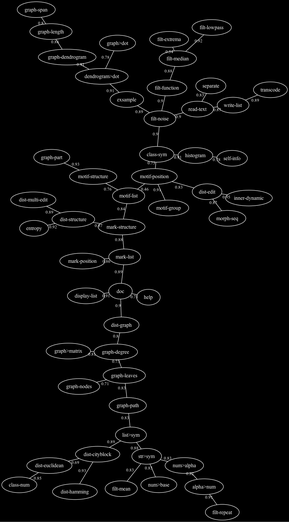
FredVoisin/refrains keeps this Graphviz diagram as doc/pictures/refrains-docstrings.png. Above is the earlier version. Its source is kept beside it as doc/pictures/refrains-docstrings.dot.
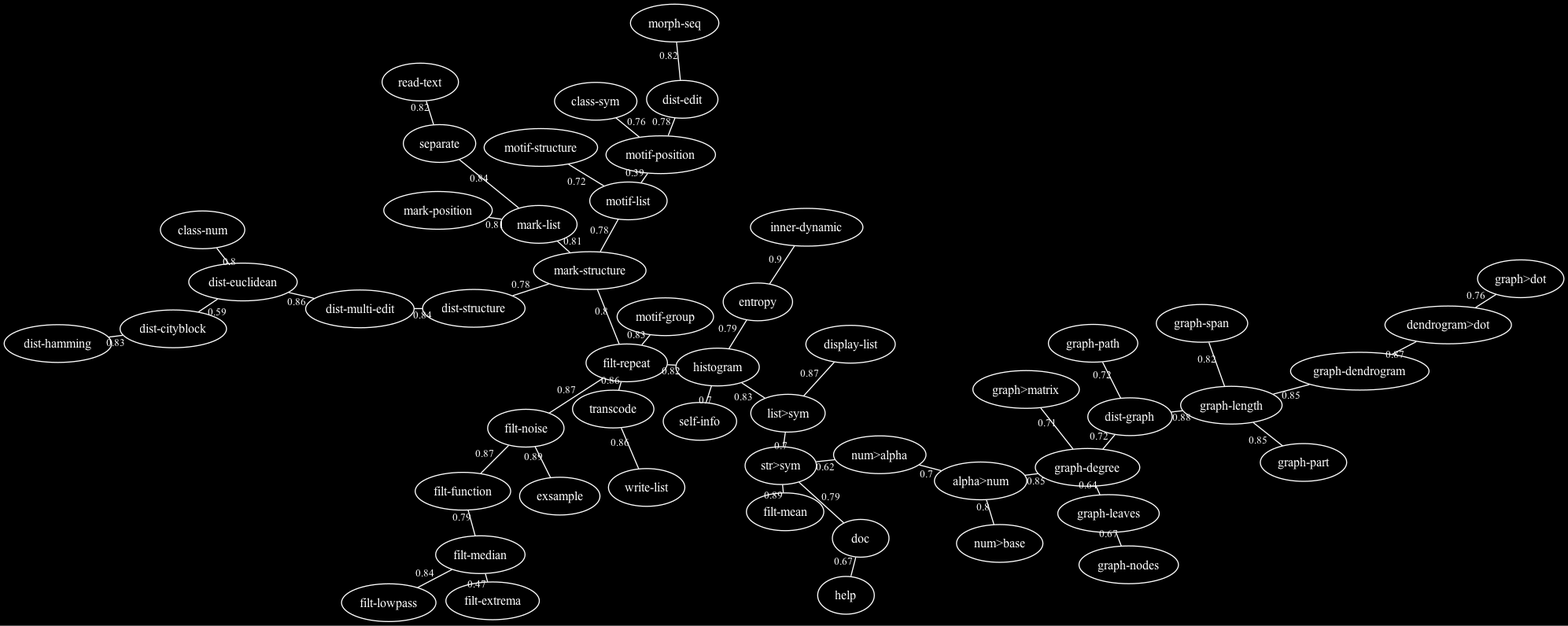
After the change.

Change to the diagram source:
```diff
@@ -1,58 +1,58 @@
 graph "refrains-docstrings" {
-/* generated with refrains:graph>dot, 24 Oct 2026 21:35:37 */
+/* generated with refrains:graph>dot, 24 Oct 2026 22:28:16 */
  graph [overlap="false", sep="+4"];
  graph [bgcolor=black];
  node [shape="ellipse", font=Helvetica, fontsize=12, color=white, fontcolor=white];
  edge [font=Helvetica,fontsize=10, color=white, fontcolor=white, labelfloat=true];
- "motif-list" -- "motif-position" [w=1, len=0.460000, label="0.46"];
- "filt-extrema" -- "filt-median" [w=1, len=0.540000, label="0.54"];
- "dist-cityblock" -- "dist-euclidean" [w=1, len=0.690000, label="0.69"];
- "doc" -- "help" [w=1, len=0.710000, label="0.71"];
- "graph-leaves" -- "graph-nodes" [w=1, len=0.710000, label="0.71"];
- "class-sym" -- "motif-position" [w=1, len=0.730000, label="0.73"];
- "graph-degree" -- "graph-leaves" [w=1, len=0.730000, label="0.73"];
- "motif-list" -- "motif-structure" [w=1, len=0.760000, label="0.76"];
- "dendrogram>dot" -- "graph>dot" [w=1, len=0.780000, label="0.78"];
- "histogram" -- "self-info" [w=1, len=0.780000, label="0.78"];
- "dist-graph" -- "graph-degree" [w=1, len=0.800000, label="0.8"];
- "graph-length" -- "graph-span" [w=1, len=0.800000, label="0.8"];
- "graph-degree" -- "graph>matrix" [w=1, len=0.810000, label="0.81"];
- "alpha>num" -- "num>alpha" [w=1, len=0.820000, label="0.82"];
- "dist-edit" -- "motif-position" [w=1, len=0.830000, label="0.83"];
- "filt-mean" -- "str>sym" [w=1, len=0.830000, label="0.83"];
- "graph-leaves" -- "graph-path" [w=1, len=0.830000, label="0.83"];
- "graph-path" -- "list>sym" [w=1, len=0.830000, label="0.83"];
- "num>alpha" -- "str>sym" [w=1, len=0.830000, label="0.83"];
- "num>base" -- "str>sym" [w=1, len=0.830000, label="0.83"];
- "read-text" -- "separate" [w=1, len=0.830000, label="0.83"];
- "mark-structure" -- "motif-list" [w=1, len=0.840000, label="0.84"];
- "class-num" -- "dist-euclidean" [w=1, len=0.850000, label="0.85"];
- "mark-list" -- "mark-position" [w=1, len=0.860000, label="0.86"];
- "dist-edit" -- "morph-seq" [w=1, len=0.870000, label="0.87"];
- "dist-structure" -- "mark-structure" [w=1, len=0.870000, label="0.87"];
- "read-text" -- "write-list" [w=1, len=0.870000, label="0.87"];
- "filt-function" -- "filt-median" [w=1, len=0.880000, label="0.88"];
- "graph-dendrogram" -- "graph-length" [w=1, len=0.880000, label="0.88"];
- "list>sym" -- "str>sym" [w=1, len=0.880000, label="0.88"];
- "mark-list" -- "mark-structure" [w=1, len=0.880000, label="0.88"];
- "dist-cityblock" -- "list>sym" [w=1, len=0.890000, label="0.89"];
- "dist-multi-edit" -- "dist-structure" [w=1, len=0.890000, label="0.89"];
- "doc" -- "mark-list" [w=1, len=0.890000, label="0.89"];
+ "motif-list" -- "motif-position" [w=1, len=0.390000, label="0.39"];
+ "filt-extrema" -- "filt-median" [w=1, len=0.470000, label="0.47"];
+ "dist-cityblock" -- "dist-euclidean" [w=1, len=0.590000, label="0.59"];
+ "num>alpha" -- "str>sym" [w=1, len=0.620000, label="0.62"];
+ "graph-degree" -- "graph-leaves" [w=1, len=0.640000, label="0.64"];
+ "doc" -- "help" [w=1, len=0.670000, label="0.67"];
+ "graph-leaves" -- "graph-nodes" [w=1, len=0.670000, label="0.67"];
+ "alpha>num" -- "num>alpha" [w=1, len=0.700000, label="0.7"];
+ "histogram" -- "self-info" [w=1, len=0.700000, label="0.7"];
+ "list>sym" -- "str>sym" [w=1, len=0.700000, label="0.7"];
+ "graph-degree" -- "graph>matrix" [w=1, len=0.710000, label="0.71"];
+ "dist-graph" -- "graph-degree" [w=1, len=0.720000, label="0.72"];
+ "dist-graph" -- "graph-path" [w=1, len=0.720000, label="0.72"];
+ "motif-list" -- "motif-structure" [w=1, len=0.720000, label="0.72"];
+ "class-sym" -- "motif-position" [w=1, len=0.760000, label="0.76"];
+ "dendrogram>dot" -- "graph>dot" [w=1, len=0.760000, label="0.76"];
+ "dist-edit" -- "motif-position" [w=1, len=0.780000, label="0.78"];
+ "dist-structure" -- "mark-structure" [w=1, len=0.780000, label="0.78"];
+ "mark-structure" -- "motif-list" [w=1, len=0.780000, label="0.78"];
+ "doc" -- "str>sym" [w=1, len=0.790000, label="0.79"];
+ "entropy" -- "histogram" [w=1, len=0.790000, label="0.79"];
+ "filt-function" -- "filt-median" [w=1, len=0.790000, label="0.79"];
+ "alpha>num" -- "num>base" [w=1, len=0.800000, label="0.8"];
+ "class-num" -- "dist-euclidean" [w=1, len=0.800000, label="0.8"];
+ "filt-repeat" -- "mark-structure" [w=1, len=0.800000, label="0.8"];
+ "mark-list" -- "mark-position" [w=1, len=0.810000, label="0.81"];
+ "mark-list" -- "mark-structure" [w=1, len=0.810000, label="0.81"];
+ "dist-edit" -- "morph-seq" [w=1, len=0.820000, label="0.82"];
+ "filt-repeat" -- "histogram" [w=1, len=0.820000, label="0.82"];
+ "graph-length" -- "graph-span" [w=1, len=0.820000, label="0.82"];
+ "read-text" -- "separate" [w=1, len=0.820000, label="0.82"];
+ "dist-cityblock" -- "dist-hamming" [w=1, len=0.830000, label="0.83"];
+ "filt-repeat" -- "motif-group" [w=1, len=0.830000, label="0.83"];
+ "histogram" -- "list>sym" [w=1, len=0.830000, label="0.83"];
+ "dist-multi-edit" -- "dist-structure" [w=1, len=0.840000, label="0.84"];
+ "filt-lowpass" -- "filt-median" [w=1, len=0.840000, label="0.84"];
+ "mark-list" -- "separate" [w=1, len=0.840000, label="0.84"];
+ "alpha>num" -- "graph-degree" [w=1, len=0.850000, label="0.85"];
+ "graph-dendrogram" -- "graph-length" [w=1, len=0.850000, label="0.85"];
+ "graph-length" -- "graph-part" [w=1, len=0.850000, label="0.85"];
+ "dist-euclidean" -- "dist-multi-edit" [w=1, len=0.860000, label="0.86"];
+ "filt-repeat" -- "transcode" [w=1, len=0.860000, label="0.86"];
+ "transcode" -- "write-list" [w=1, len=0.860000, label="0.86"];
+ "dendrogram>dot" -- "graph-dendrogram" [w=1, len=0.870000, label="0.87"];
+ "display-list" -- "list>sym" [w=1, len=0.870000, label="0.87"];
+ "filt-function" -- "filt-noise" [w=1, len=0.870000, label="0.87"];
+ "filt-noise" -- "filt-repeat" [w=1, len=0.870000, label="0.87"];
+ "dist-graph" -- "graph-length" [w=1, len=0.880000, label="0.88"];
  "exsample" -- "filt-noise" [w=1, len=0.890000, label="0.89"];
- "transcode" -- "write-list" [w=1, len=0.890000, label="0.89"];
- "class-sym" -- "filt-noise" [w=1, len=0.900000, label="0.9"];
- "dist-graph" -- "doc" [w=1, len=0.900000, label="0.9"];
- "filt-function" -- "filt-noise" [w=1, len=0.900000, label="0.9"];
- "filt-noise" -- "read-text" [w=1, len=0.900000, label="0.9"];
- "alpha>num" -- "filt-repeat" [w=1, len=0.910000, label="0.91"];
- "class-sym" -- "histogram" [w=1, len=0.910000, label="0.91"];
- "dendrogram>dot" -- "exsample" [w=1, len=0.910000, label="0.91"];
- "dendrogram>dot" -- "graph-dendrogram" [w=1, len=0.910000, label="0.91"];
- "display-list" -- "doc" [w=1, len=0.910000, label="0.91"];
- "motif-group" -- "motif-position" [w=1, len=0.910000, label="0.91"];
- "dist-structure" -- "entropy" [w=1, len=0.920000, label="0.92"];
- "filt-lowpass" -- "filt-median" [w=1, len=0.920000, label="0.92"];
- "dist-cityblock" -- "dist-hamming" [w=1, len=0.930000, label="0.93"];
- "graph-part" -- "motif-structure" [w=1, len=0.930000, label="0.93"];
- "dist-edit" -- "inner-dynamic" [w=1, len=0.950000, label="0.95"];
+ "filt-mean" -- "str>sym" [w=1, len=0.890000, label="0.89"];
+ "entropy" -- "inner-dynamic" [w=1, len=0.900000, label="0.9"];
 }
```
